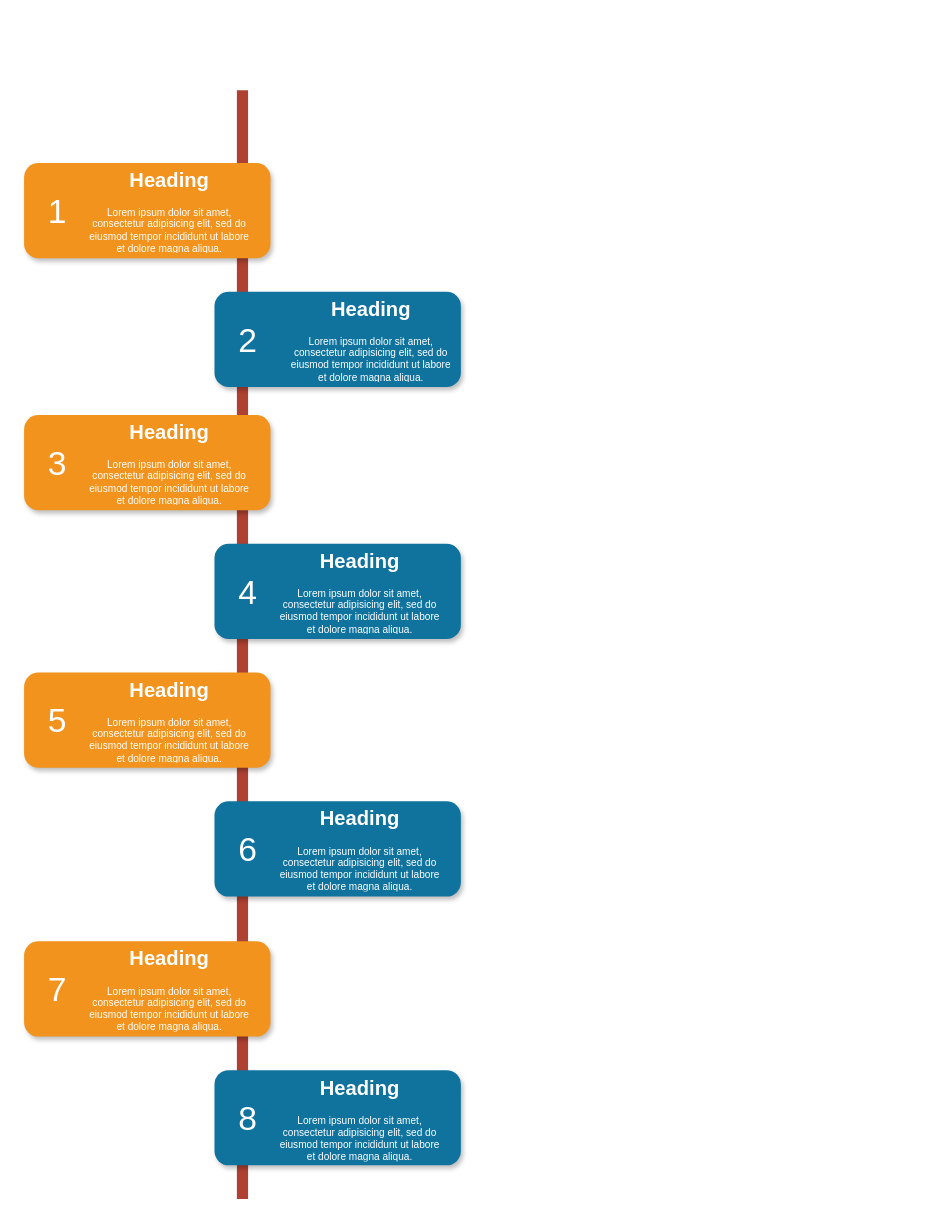
This is diagramas/MD-descoberta de cliente.drawio from BrunoMRTZ/labcx, a draw.io file, before an edit. Source tidied: cells renumbered, new cells numbered last; positions are measured from the earlier drawing's top-left corner, leaving out a move shared by most shapes. Both pictures are drawn from the tidied source at 112%, with x=0, y=0 at pixel (24, 90).
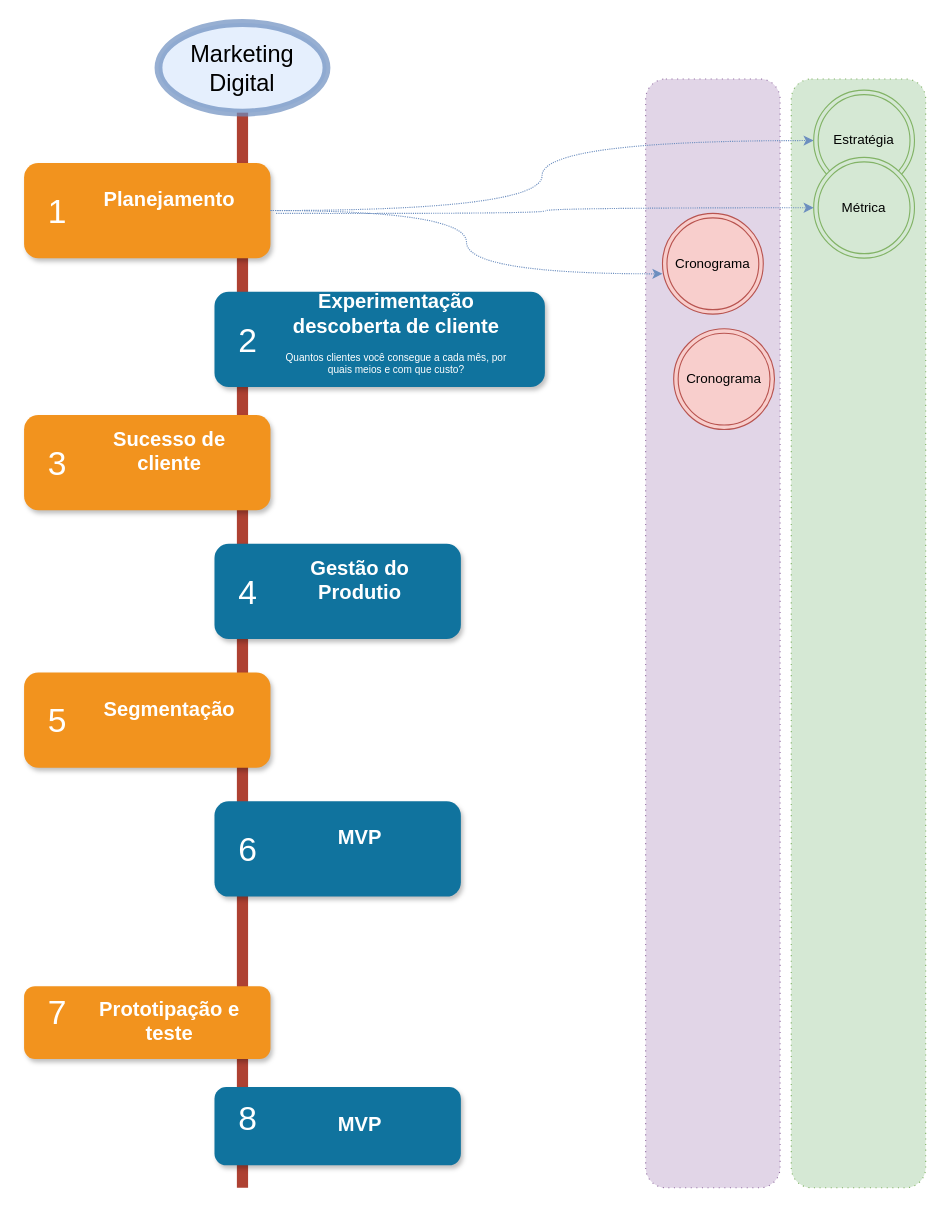
The same page after the edit.

The change refers to these unchanged cells:
```xml
<mxCell id="3" style="rounded=1;whiteSpace=wrap;html=1;strokeColor=none;strokeWidth=1;fillColor=#F2931E;fontSize=13;fontColor=#FFFFFF;align=center;gradientColor=none;gradientDirection=east;verticalAlign=top;shadow=1;" parent="1" vertex="1">
  <mxGeometry y="65" width="220" height="85" as="geometry" />
</mxCell>
```

The edit, as a diff of the source:
```diff
@@
+    <mxCell id="27" style="rounded=1;whiteSpace=wrap;html=1;dashed=1;dashPattern=1 4;fillColor=#d5e8d4;strokeColor=#82b366;" parent="1" vertex="1">
+      <mxGeometry x="685" y="-10" width="120" height="990" as="geometry" />
+    </mxCell>
+    <mxCell id="28" style="rounded=1;whiteSpace=wrap;html=1;fillColor=#e1d5e7;strokeColor=#9673a6;dashed=1;dashPattern=1 4;" parent="1" vertex="1">
+      <mxGeometry x="555" y="-10" width="120" height="990" as="geometry" />
+    </mxCell>
     <mxCell id="2" style="line;strokeWidth=10;direction=south;html=1;fillColor=none;fontSize=13;fontColor=#000000;align=center;strokeColor=#AE4132;" parent="1" vertex="1">
-      <mxGeometry x="190" width="10" height="990" as="geometry" />
+      <mxGeometry x="190" y="20" width="10" height="960" as="geometry" />
     </mxCell>
@@
     <mxCell id="5" style="rounded=1;whiteSpace=wrap;html=1;strokeColor=none;strokeWidth=1;fillColor=#10739E;fontSize=13;fontColor=#FFFFFF;align=center;gradientColor=none;gradientDirection=east;verticalAlign=top;shadow=1;" parent="1" vertex="1">
-      <mxGeometry x="170" y="180" width="220" height="85" as="geometry" />
+      <mxGeometry x="170" y="180" width="295" height="85" as="geometry" />
     </mxCell>
@@
     <mxCell id="15" style="rounded=1;whiteSpace=wrap;html=1;strokeColor=none;strokeWidth=1;fillColor=#F2931E;fontSize=13;fontColor=#FFFFFF;align=center;gradientColor=none;gradientDirection=east;verticalAlign=top;shadow=1;" parent="1" vertex="1">
-      <mxGeometry y="760" width="220" height="85" as="geometry" />
+      <mxGeometry y="800" width="220" height="65" as="geometry" />
     </mxCell>
     <mxCell id="16" value="7" style="text;html=1;strokeColor=none;fillColor=none;align=center;verticalAlign=middle;whiteSpace=wrap;fontSize=30;fontColor=#FFFFFF;" parent="1" vertex="1">
-      <mxGeometry x="10" y="793" width="40" height="20" as="geometry" />
+      <mxGeometry x="10" y="813" width="40" height="20" as="geometry" />
     </mxCell>
     <mxCell id="17" style="rounded=1;whiteSpace=wrap;html=1;strokeColor=none;strokeWidth=1;fillColor=#10739E;fontSize=13;fontColor=#FFFFFF;align=center;gradientColor=none;gradientDirection=east;verticalAlign=top;shadow=1;" parent="1" vertex="1">
-      <mxGeometry x="170" y="875" width="220" height="85" as="geometry" />
+      <mxGeometry x="170" y="890" width="220" height="70" as="geometry" />
     </mxCell>
@@
-    <mxCell id="19" value="&lt;h1&gt;Heading&lt;/h1&gt;&lt;p&gt;Lorem ipsum dolor sit amet, consectetur adipisicing elit, sed do eiusmod tempor incididunt ut labore et dolore magna aliqua.&lt;/p&gt;" style="text;html=1;spacing=5;spacingTop=-20;whiteSpace=wrap;overflow=hidden;strokeColor=none;strokeWidth=4;fillColor=none;gradientColor=#007FFF;fontSize=9;fontColor=#FFFFFF;align=center;" parent="1" vertex="1">
+    <mxCell id="19" value="&lt;h1&gt;Planejamento&lt;/h1&gt;" style="text;html=1;spacing=5;spacingTop=-20;whiteSpace=wrap;overflow=hidden;strokeColor=none;strokeWidth=4;fillColor=none;gradientColor=#007FFF;fontSize=9;fontColor=#FFFFFF;align=center;verticalAlign=middle;" parent="1" vertex="1">
       <mxGeometry x="50" y="69" width="160" height="77" as="geometry" />
     </mxCell>
-    <mxCell id="20" value="&lt;h1&gt;Heading&lt;/h1&gt;&lt;p&gt;Lorem ipsum dolor sit amet, consectetur adipisicing elit, sed do eiusmod tempor incididunt ut labore et dolore magna aliqua.&lt;/p&gt;" style="text;html=1;spacing=5;spacingTop=-20;whiteSpace=wrap;overflow=hidden;strokeColor=none;strokeWidth=4;fillColor=none;gradientColor=#007FFF;fontSize=9;fontColor=#FFFFFF;align=center;" parent="1" vertex="1">
-      <mxGeometry x="230" y="184" width="160" height="77" as="geometry" />
+    <mxCell id="20" value="&lt;h1&gt;Experimentação descoberta de cliente&lt;/h1&gt;&lt;div&gt;Quantos clientes você consegue a cada mês, por quais meios e com que custo?&lt;/div&gt;" style="text;html=1;spacing=5;spacingTop=-20;whiteSpace=wrap;overflow=hidden;strokeColor=none;strokeWidth=4;fillColor=none;gradientColor=#007FFF;fontSize=9;fontColor=#FFFFFF;align=center;verticalAlign=middle;opacity=60;" parent="1" vertex="1">
+      <mxGeometry x="220" y="180" width="225" height="81" as="geometry" />
     </mxCell>
-    <mxCell id="21" value="&lt;h1&gt;Heading&lt;/h1&gt;&lt;p&gt;Lorem ipsum dolor sit amet, consectetur adipisicing elit, sed do eiusmod tempor incididunt ut labore et dolore magna aliqua.&lt;/p&gt;" style="text;html=1;spacing=5;spacingTop=-20;whiteSpace=wrap;overflow=hidden;strokeColor=none;strokeWidth=4;fillColor=none;gradientColor=#007FFF;fontSize=9;fontColor=#FFFFFF;align=center;" parent="1" vertex="1">
+    <mxCell id="21" value="&lt;h1&gt;Sucesso de cliente&lt;/h1&gt;" style="text;html=1;spacing=5;spacingTop=-20;whiteSpace=wrap;overflow=hidden;strokeColor=none;strokeWidth=4;fillColor=none;gradientColor=#007FFF;fontSize=9;fontColor=#FFFFFF;align=center;verticalAlign=middle;" parent="1" vertex="1">
       <mxGeometry x="50" y="294" width="160" height="77" as="geometry" />
     </mxCell>
-    <mxCell id="22" value="&lt;h1&gt;Heading&lt;/h1&gt;&lt;p&gt;Lorem ipsum dolor sit amet, consectetur adipisicing elit, sed do eiusmod tempor incididunt ut labore et dolore magna aliqua.&lt;/p&gt;" style="text;html=1;spacing=5;spacingTop=-20;whiteSpace=wrap;overflow=hidden;strokeColor=none;strokeWidth=4;fillColor=none;gradientColor=#007FFF;fontSize=9;fontColor=#FFFFFF;align=center;" parent="1" vertex="1">
+    <mxCell id="22" value="&lt;h1&gt;Gestão do Produtio&lt;/h1&gt;" style="text;html=1;spacing=5;spacingTop=-20;whiteSpace=wrap;overflow=hidden;strokeColor=none;strokeWidth=4;fillColor=none;gradientColor=#007FFF;fontSize=9;fontColor=#FFFFFF;align=center;verticalAlign=middle;" parent="1" vertex="1">
       <mxGeometry x="220" y="409" width="160" height="77" as="geometry" />
     </mxCell>
-    <mxCell id="23" value="&lt;h1&gt;Heading&lt;/h1&gt;&lt;p&gt;Lorem ipsum dolor sit amet, consectetur adipisicing elit, sed do eiusmod tempor incididunt ut labore et dolore magna aliqua.&lt;/p&gt;" style="text;html=1;spacing=5;spacingTop=-20;whiteSpace=wrap;overflow=hidden;strokeColor=none;strokeWidth=4;fillColor=none;gradientColor=#007FFF;fontSize=9;fontColor=#FFFFFF;align=center;" parent="1" vertex="1">
+    <mxCell id="23" value="&lt;h1&gt;Segmentação&lt;/h1&gt;" style="text;html=1;spacing=5;spacingTop=-20;whiteSpace=wrap;overflow=hidden;strokeColor=none;strokeWidth=4;fillColor=none;gradientColor=#007FFF;fontSize=9;fontColor=#FFFFFF;align=center;verticalAlign=middle;" parent="1" vertex="1">
       <mxGeometry x="50" y="524" width="160" height="77" as="geometry" />
     </mxCell>
-    <mxCell id="24" value="&lt;h1&gt;Heading&lt;/h1&gt;&lt;p&gt;Lorem ipsum dolor sit amet, consectetur adipisicing elit, sed do eiusmod tempor incididunt ut labore et dolore magna aliqua.&lt;/p&gt;" style="text;html=1;spacing=5;spacingTop=-20;whiteSpace=wrap;overflow=hidden;strokeColor=none;strokeWidth=4;fillColor=none;gradientColor=#007FFF;fontSize=9;fontColor=#FFFFFF;align=center;" parent="1" vertex="1">
+    <mxCell id="24" value="&lt;h1&gt;MVP&lt;/h1&gt;" style="text;html=1;spacing=5;spacingTop=-20;whiteSpace=wrap;overflow=hidden;strokeColor=none;strokeWidth=4;fillColor=none;gradientColor=#007FFF;fontSize=9;fontColor=#FFFFFF;align=center;verticalAlign=middle;" parent="1" vertex="1">
       <mxGeometry x="220" y="639" width="160" height="77" as="geometry" />
     </mxCell>
-    <mxCell id="25" value="&lt;h1&gt;Heading&lt;/h1&gt;&lt;p&gt;Lorem ipsum dolor sit amet, consectetur adipisicing elit, sed do eiusmod tempor incididunt ut labore et dolore magna aliqua.&lt;/p&gt;" style="text;html=1;spacing=5;spacingTop=-20;whiteSpace=wrap;overflow=hidden;strokeColor=none;strokeWidth=4;fillColor=none;gradientColor=#007FFF;fontSize=9;fontColor=#FFFFFF;align=center;" parent="1" vertex="1">
-      <mxGeometry x="50" y="764" width="160" height="77" as="geometry" />
+    <mxCell id="25" value="&lt;h1 style=&quot;border-color: var(--border-color);&quot;&gt;Prototipação e teste&lt;/h1&gt;" style="text;html=1;spacing=5;spacingTop=-20;whiteSpace=wrap;overflow=hidden;strokeColor=none;strokeWidth=4;fillColor=none;gradientColor=#007FFF;fontSize=9;fontColor=#FFFFFF;align=center;verticalAlign=middle;" parent="1" vertex="1">
+      <mxGeometry x="50" y="813" width="160" height="51" as="geometry" />
     </mxCell>
-    <mxCell id="26" value="&lt;h1&gt;Heading&lt;/h1&gt;&lt;p&gt;Lorem ipsum dolor sit amet, consectetur adipisicing elit, sed do eiusmod tempor incididunt ut labore et dolore magna aliqua.&lt;/p&gt;" style="text;html=1;spacing=5;spacingTop=-20;whiteSpace=wrap;overflow=hidden;strokeColor=none;strokeWidth=4;fillColor=none;gradientColor=#007FFF;fontSize=9;fontColor=#FFFFFF;align=center;" parent="1" vertex="1">
-      <mxGeometry x="220" y="880" width="160" height="77" as="geometry" />
+    <mxCell id="26" value="&lt;h1&gt;MVP&lt;/h1&gt;" style="text;html=1;spacing=5;spacingTop=-20;whiteSpace=wrap;overflow=hidden;strokeColor=none;strokeWidth=4;fillColor=none;gradientColor=#007FFF;fontSize=9;fontColor=#FFFFFF;align=center;verticalAlign=middle;" parent="1" vertex="1">
+      <mxGeometry x="220" y="910" width="160" height="47" as="geometry" />
     </mxCell>
+    <mxCell id="29" style="edgeStyle=orthogonalEdgeStyle;rounded=0;jettySize=auto;html=1;exitX=1;exitY=0.5;exitDx=0;exitDy=0;curved=1;entryX=0;entryY=0.5;entryDx=0;entryDy=0;dashed=1;dashPattern=1 1;fillColor=#dae8fc;strokeColor=#6c8ebf;" parent="1" edge="1" source="3" target="31">
+      <mxGeometry relative="1" as="geometry" />
+    </mxCell>
+    <mxCell id="30" value="Marketing Digital" style="ellipse;whiteSpace=wrap;html=1;fontSize=21;fillColor=#dae8fc;strokeColor=#6c8ebf;strokeWidth=7;opacity=70;" parent="1" vertex="1">
+      <mxGeometry x="120" y="-60" width="150" height="80" as="geometry" />
+    </mxCell>
+    <mxCell id="31" value="Estratégia" style="ellipse;shape=doubleEllipse;whiteSpace=wrap;html=1;fillColor=#d5e8d4;strokeColor=#82b366;" parent="1" vertex="1">
+      <mxGeometry x="705" width="90" height="90" as="geometry" />
+    </mxCell>
+    <mxCell id="32" value="Métrica" style="ellipse;shape=doubleEllipse;whiteSpace=wrap;html=1;fillColor=#d5e8d4;strokeColor=#82b366;" parent="1" vertex="1">
+      <mxGeometry x="705" y="60" width="90" height="90" as="geometry" />
+    </mxCell>
+    <mxCell id="33" style="edgeStyle=orthogonalEdgeStyle;rounded=0;jettySize=auto;html=1;curved=1;entryX=0;entryY=0.5;entryDx=0;entryDy=0;dashed=1;dashPattern=1 1;fillColor=#dae8fc;strokeColor=#6c8ebf;" parent="1" edge="1" target="32">
+      <mxGeometry relative="1" as="geometry">
+        <mxPoint x="225" y="110" as="sourcePoint" />
+      </mxGeometry>
+    </mxCell>
+    <mxCell id="34" value="Cronograma" style="ellipse;shape=doubleEllipse;whiteSpace=wrap;html=1;fillColor=#f8cecc;strokeColor=#b85450;" parent="1" vertex="1">
+      <mxGeometry x="570" y="110" width="90" height="90" as="geometry" />
+    </mxCell>
+    <mxCell id="35" style="edgeStyle=orthogonalEdgeStyle;rounded=0;jettySize=auto;html=1;curved=1;entryX=0;entryY=0.6;entryDx=0;entryDy=0;dashed=1;dashPattern=1 1;fillColor=#dae8fc;strokeColor=#6c8ebf;entryPerimeter=0;exitX=1;exitY=0.5;exitDx=0;exitDy=0;" parent="1" edge="1" source="3" target="34">
+      <mxGeometry relative="1" as="geometry" />
+    </mxCell>
+    <mxCell id="36" value="Cronograma" style="ellipse;shape=doubleEllipse;whiteSpace=wrap;html=1;fillColor=#f8cecc;strokeColor=#b85450;" parent="1" vertex="1">
+      <mxGeometry x="580" y="213" width="90" height="90" as="geometry" />
+    </mxCell>
```
